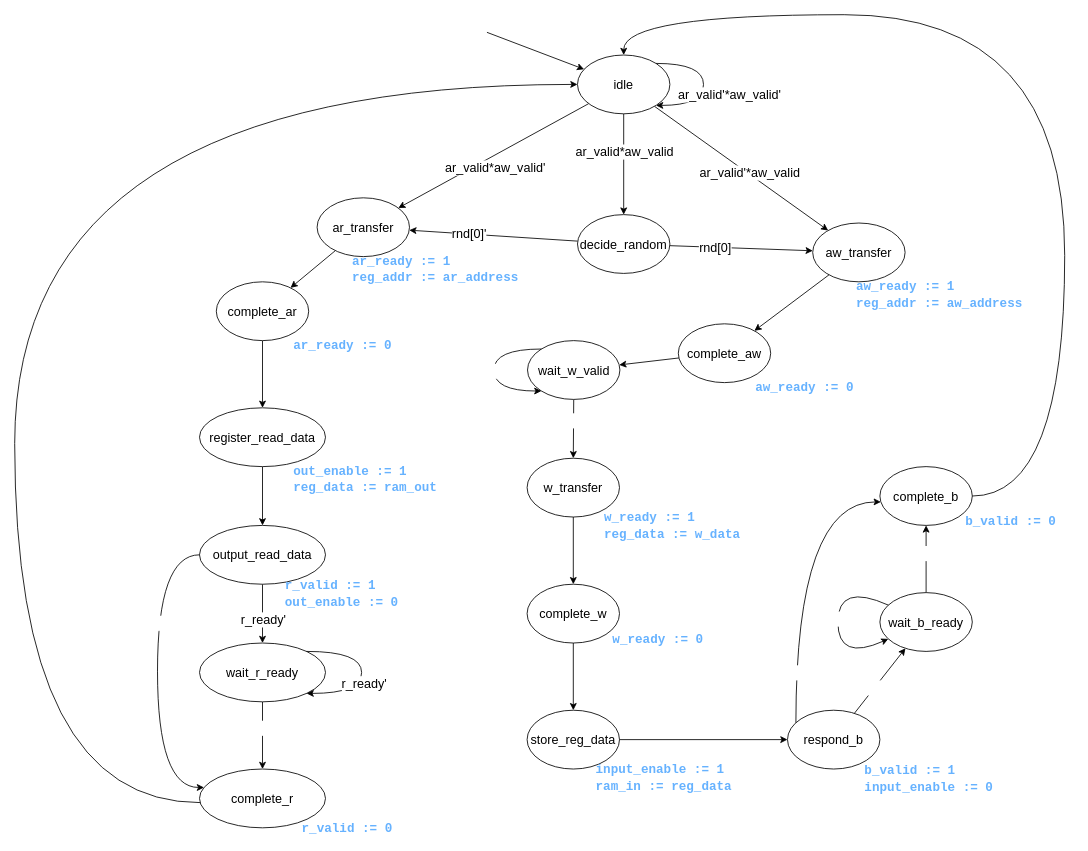
Above: diagram_files/memory/memory_state_diagram.drawio in farukyld/sort-circuit (draw.io), before the change. Source tidied: cells renumbered, new cells numbered last; positions are measured from the earlier drawing's top-left corner, leaving out a move shared by most shapes. Both pictures are drawn from the tidied source at 84%, with x=0, y=0 at pixel (14, 14).
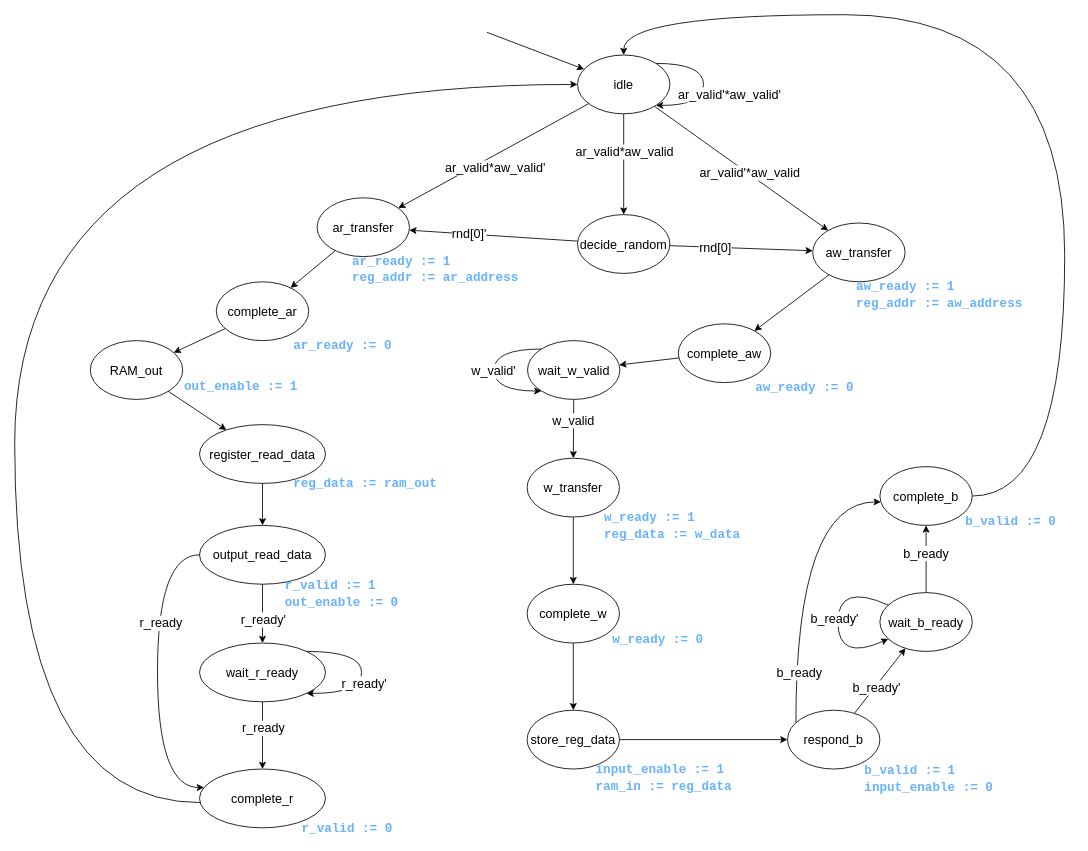
The same diagram, later.

The change refers to these unchanged cells:
```xml
<mxCell id="9" value="&lt;font style=&quot;font-size: 15px;&quot;&gt;idle&lt;/font&gt;" style="ellipse;whiteSpace=wrap;html=1;" parent="1" vertex="1">
  <mxGeometry x="670" y="48" width="110" height="70" as="geometry" />
</mxCell>
<mxCell id="23" value="&lt;span style=&quot;font-size: 15px;&quot;&gt;aw_transfer&lt;br&gt;&lt;/span&gt;" style="ellipse;whiteSpace=wrap;html=1;" parent="22" vertex="1">
  <mxGeometry width="110" height="70" as="geometry" />
</mxCell>
<mxCell id="29" value="&lt;span style=&quot;font-size: 15px;&quot;&gt;complete_ar&lt;br&gt;&lt;/span&gt;" style="ellipse;whiteSpace=wrap;html=1;" parent="28" vertex="1">
  <mxGeometry width="110" height="70" as="geometry" />
</mxCell>
<mxCell id="34" style="edgeStyle=none;html=1;fontFamily=Courier New;fontSize=15;fontColor=#66B2FF;" parent="1" edge="1" source="36" target="40">
  <mxGeometry relative="1" as="geometry" />
</mxCell>
<mxCell id="40" value="&lt;span style=&quot;font-size: 15px;&quot;&gt;complete_r&lt;br&gt;&lt;/span&gt;" style="ellipse;whiteSpace=wrap;html=1;" parent="39" vertex="1">
  <mxGeometry width="150" height="70" as="geometry" />
</mxCell>
<mxCell id="45" value="&lt;font style=&quot;font-size: 15px;&quot;&gt;complete_aw&lt;/font&gt;" style="ellipse;whiteSpace=wrap;html=1;" parent="44" vertex="1">
  <mxGeometry width="110" height="70" as="geometry" />
</mxCell>
<mxCell id="49" value="&lt;font style=&quot;font-size: 15px;&quot;&gt;wait_w_valid&lt;/font&gt;" style="ellipse;whiteSpace=wrap;html=1;" parent="1" vertex="1">
  <mxGeometry x="610.5" y="388" width="110" height="70" as="geometry" />
</mxCell>
<mxCell id="54" value="&lt;font style=&quot;font-size: 15px;&quot;&gt;w_transfer&lt;/font&gt;" style="ellipse;whiteSpace=wrap;html=1;" parent="53" vertex="1">
  <mxGeometry width="110" height="70" as="geometry" />
</mxCell>
<mxCell id="58" value="&lt;font style=&quot;font-size: 15px;&quot;&gt;complete_w&lt;/font&gt;" style="ellipse;whiteSpace=wrap;html=1;" parent="57" vertex="1">
  <mxGeometry width="110" height="70" as="geometry" />
</mxCell>
<mxCell id="62" value="&lt;font style=&quot;font-size: 15px;&quot;&gt;store_reg_data&lt;/font&gt;" style="ellipse;whiteSpace=wrap;html=1;" parent="61" vertex="1">
  <mxGeometry width="110" height="70" as="geometry" />
</mxCell>
<mxCell id="69" value="&lt;span style=&quot;font-size: 15px;&quot;&gt;wait_b_ready&lt;/span&gt;" style="ellipse;whiteSpace=wrap;html=1;" parent="1" vertex="1">
  <mxGeometry x="1030" y="688" width="110" height="70" as="geometry" />
</mxCell>
<mxCell id="73" value="&lt;span style=&quot;font-size: 15px;&quot;&gt;complete_b&lt;/span&gt;" style="ellipse;whiteSpace=wrap;html=1;" parent="72" vertex="1">
  <mxGeometry width="110" height="70" as="geometry" />
</mxCell>
<mxCell id="77" value="&lt;span style=&quot;font-size: 15px;&quot;&gt;respond_b&lt;/span&gt;" style="ellipse;whiteSpace=wrap;html=1;" parent="76" vertex="1">
  <mxGeometry width="110" height="70" as="geometry" />
</mxCell>
<mxCell id="82" style="edgeStyle=orthogonalEdgeStyle;html=1;curved=1;" parent="1" edge="1" source="77" target="73">
  <mxGeometry relative="1" as="geometry">
    <Array as="points">
      <mxPoint x="930" y="580" />
    </Array>
  </mxGeometry>
</mxCell>
<mxCell id="84" style="edgeStyle=orthogonalEdgeStyle;curved=1;html=1;" parent="1" edge="1" source="80" target="40">
  <mxGeometry relative="1" as="geometry">
    <Array as="points">
      <mxPoint x="170" y="643" />
      <mxPoint x="170" y="920" />
    </Array>
  </mxGeometry>
</mxCell>
```

Change to the diagram source:
```diff
@@
-    <mxCell id="18" style="edgeStyle=none;html=1;fontFamily=Courier New;fontSize=15;fontColor=#66B2FF;" parent="1" edge="1" source="29" target="32">
+    <mxCell id="18" style="edgeStyle=none;html=1;fontFamily=Courier New;fontSize=15;fontColor=#66B2FF;" parent="1" edge="1" source="29" target="87">
       <mxGeometry relative="1" as="geometry" />
     </mxCell>
@@
-    <mxCell id="31" style="group;" parent="1" vertex="1">
-      <mxGeometry x="220" y="468" width="300" height="120" as="geometry" />
-    </mxCell>
-    <mxCell id="32" value="&lt;span style=&quot;font-size: 15px;&quot;&gt;register_read_data&lt;br&gt;&lt;/span&gt;" style="ellipse;whiteSpace=wrap;html=1;" parent="31" vertex="1">
-      <mxGeometry width="150" height="70" as="geometry" />
-    </mxCell>
-    <mxCell id="33" value="&lt;font color=&quot;#66b2ff&quot; face=&quot;Courier New&quot;&gt;&lt;b&gt;out_enable := 1&lt;br&gt;reg_data := ram_out&lt;br&gt;&lt;/b&gt;&lt;/font&gt;" style="text;html=1;strokeColor=none;fillColor=none;align=left;verticalAlign=middle;whiteSpace=wrap;rounded=0;fontSize=15;" parent="31" vertex="1">
-      <mxGeometry x="110" y="50" width="190" height="70" as="geometry" />
-    </mxCell>
@@
-    <mxCell id="35" value="r_ready" style="edgeLabel;html=1;align=center;verticalAlign=middle;fontSize=15;fontFamily=Helvetica;fontColor=#FFFFFF;" parent="34" vertex="1">
+    <mxCell id="35" value="r_ready" style="edgeLabel;html=1;align=center;verticalAlign=middle;fontSize=15;fontFamily=Helvetica;" parent="34" vertex="1">
       <mxGeometry x="0.36" y="-1" relative="1" as="geometry">
         <mxPoint x="1" y="-24" as="offset" />
       </mxGeometry>
     </mxCell>
@@
-    <mxCell id="42" style="edgeStyle=orthogonalEdgeStyle;curved=1;html=1;fontFamily=Helvetica;fontSize=15;fontColor=#FFFFFF;" parent="1" edge="1" source="40" target="9">
+    <mxCell id="42" style="edgeStyle=orthogonalEdgeStyle;curved=1;html=1;fontFamily=Helvetica;fontSize=15;" parent="1" edge="1" source="40" target="9">
       <mxGeometry relative="1" as="geometry">
         <Array as="points">
           <mxPoint y="938" />
           <mxPoint y="83" />
         </Array>
       </mxGeometry>
     </mxCell>
-    <mxCell id="43" style="html=1;fontFamily=Helvetica;fontSize=15;fontColor=#FFFFFF;" parent="1" edge="1" source="23" target="45">
+    <mxCell id="43" style="html=1;fontFamily=Helvetica;fontSize=15;" parent="1" edge="1" source="23" target="45">
       <mxGeometry relative="1" as="geometry" />
     </mxCell>
@@
-    <mxCell id="47" style="html=1;fontFamily=Helvetica;fontSize=15;fontColor=#FFFFFF;" parent="1" edge="1" source="49" target="54">
+    <mxCell id="47" style="html=1;fontFamily=Helvetica;fontSize=15;" parent="1" edge="1" source="49" target="54">
       <mxGeometry relative="1" as="geometry" />
     </mxCell>
-    <mxCell id="48" value="w_valid" style="edgeLabel;html=1;align=center;verticalAlign=middle;fontSize=15;fontFamily=Helvetica;fontColor=#FFFFFF;" parent="47" vertex="1">
+    <mxCell id="48" value="w_valid" style="edgeLabel;html=1;align=center;verticalAlign=middle;fontSize=15;fontFamily=Helvetica;" parent="47" vertex="1">
       <mxGeometry x="-0.28" y="-1" relative="1" as="geometry" />
     </mxCell>
@@
-    <mxCell id="50" style="edgeStyle=none;html=1;fontFamily=Helvetica;fontSize=15;fontColor=#FFFFFF;" parent="1" edge="1" source="45" target="49">
+    <mxCell id="50" style="edgeStyle=none;html=1;fontFamily=Helvetica;fontSize=15;" parent="1" edge="1" source="45" target="49">
       <mxGeometry relative="1" as="geometry" />
     </mxCell>
-    <mxCell id="51" style="edgeStyle=orthogonalEdgeStyle;html=1;fontFamily=Helvetica;fontSize=15;fontColor=#FFFFFF;curved=1;" parent="1" edge="1" source="49" target="49">
+    <mxCell id="51" style="edgeStyle=orthogonalEdgeStyle;html=1;fontFamily=Helvetica;fontSize=15;curved=1;" parent="1" edge="1" source="49" target="49">
       <mxGeometry relative="1" as="geometry">
         <Array as="points">
           <mxPoint x="570.5" y="448" />
         </Array>
       </mxGeometry>
     </mxCell>
-    <mxCell id="52" value="w_valid'" style="edgeLabel;html=1;align=center;verticalAlign=middle;fontSize=15;fontFamily=Helvetica;fontColor=#FFFFFF;" parent="51" vertex="1">
+    <mxCell id="52" value="w_valid'" style="edgeLabel;html=1;align=center;verticalAlign=middle;fontSize=15;fontFamily=Helvetica;" parent="51" vertex="1">
       <mxGeometry x="-0.44" y="-9" relative="1" as="geometry">
         <mxPoint x="-12" y="34" as="offset" />
       </mxGeometry>
     </mxCell>
@@
-    <mxCell id="56" style="edgeStyle=none;html=1;fontFamily=Helvetica;fontSize=15;fontColor=#FFFFFF;" parent="1" edge="1" source="54" target="58">
+    <mxCell id="56" style="edgeStyle=none;html=1;fontFamily=Helvetica;fontSize=15;" parent="1" edge="1" source="54" target="58">
       <mxGeometry relative="1" as="geometry" />
     </mxCell>
@@
-    <mxCell id="60" style="edgeStyle=none;html=1;fontFamily=Helvetica;fontSize=15;fontColor=#FFFFFF;" parent="1" edge="1" source="58" target="62">
+    <mxCell id="60" style="edgeStyle=none;html=1;fontFamily=Helvetica;fontSize=15;" parent="1" edge="1" source="58" target="62">
       <mxGeometry relative="1" as="geometry" />
     </mxCell>
@@
-    <mxCell id="64" style="edgeStyle=none;html=1;fontFamily=Helvetica;fontSize=15;fontColor=#FFFFFF;" parent="1" edge="1" source="77" target="69">
+    <mxCell id="64" style="edgeStyle=none;html=1;fontFamily=Helvetica;fontSize=15;" parent="1" edge="1" source="77" target="69">
       <mxGeometry relative="1" as="geometry" />
     </mxCell>
-    <mxCell id="65" value="&lt;span style=&quot;color: rgb(255, 255, 255); font-size: 15px;&quot;&gt;b_ready'&lt;/span&gt;" style="edgeLabel;html=1;align=center;verticalAlign=middle;" parent="64" vertex="1">
+    <mxCell id="65" value="&lt;span style=&quot; font-size: 15px;&quot;&gt;b_ready'&lt;/span&gt;" style="edgeLabel;html=1;align=center;verticalAlign=middle;" parent="64" vertex="1">
       <mxGeometry x="-0.19" y="-1" relative="1" as="geometry" />
     </mxCell>
-    <mxCell id="66" style="edgeStyle=none;html=1;fontFamily=Helvetica;fontSize=15;fontColor=#FFFFFF;" parent="1" edge="1" source="62" target="77">
+    <mxCell id="66" style="edgeStyle=none;html=1;fontFamily=Helvetica;fontSize=15;" parent="1" edge="1" source="62" target="77">
       <mxGeometry relative="1" as="geometry" />
     </mxCell>
-    <mxCell id="67" style="html=1;fontFamily=Helvetica;fontSize=15;fontColor=#FFFFFF;" parent="1" edge="1" source="69" target="73">
+    <mxCell id="67" style="html=1;fontFamily=Helvetica;fontSize=15;" parent="1" edge="1" source="69" target="73">
       <mxGeometry relative="1" as="geometry" />
     </mxCell>
-    <mxCell id="68" value="b_ready" style="edgeLabel;html=1;align=center;verticalAlign=middle;fontSize=15;fontFamily=Helvetica;fontColor=#FFFFFF;" parent="67" vertex="1">
+    <mxCell id="68" value="b_ready" style="edgeLabel;html=1;align=center;verticalAlign=middle;fontSize=15;fontFamily=Helvetica;" parent="67" vertex="1">
       <mxGeometry x="0.2" y="1" relative="1" as="geometry" />
     </mxCell>
@@
-    <mxCell id="70" style="edgeStyle=orthogonalEdgeStyle;html=1;fontFamily=Helvetica;fontSize=15;fontColor=#FFFFFF;curved=1;" parent="1" edge="1" source="69" target="69">
+    <mxCell id="70" style="edgeStyle=orthogonalEdgeStyle;html=1;fontFamily=Helvetica;fontSize=15;curved=1;" parent="1" edge="1" source="69" target="69">
       <mxGeometry relative="1" as="geometry">
         <Array as="points">
           <mxPoint x="980" y="770" />
         </Array>
       </mxGeometry>
     </mxCell>
-    <mxCell id="71" value="b_ready'" style="edgeLabel;html=1;align=center;verticalAlign=middle;fontSize=15;fontFamily=Helvetica;fontColor=#FFFFFF;" parent="70" vertex="1">
+    <mxCell id="71" value="b_ready'" style="edgeLabel;html=1;align=center;verticalAlign=middle;fontSize=15;fontFamily=Helvetica;" parent="70" vertex="1">
       <mxGeometry x="-0.15" y="1" relative="1" as="geometry">
         <mxPoint x="-6" y="12" as="offset" />
       </mxGeometry>
     </mxCell>
@@
-    <mxCell id="75" style="edgeStyle=orthogonalEdgeStyle;curved=1;html=1;fontFamily=Helvetica;fontSize=15;fontColor=#FFFFFF;" parent="1" edge="1" source="73" target="9">
+    <mxCell id="75" style="edgeStyle=orthogonalEdgeStyle;curved=1;html=1;fontFamily=Helvetica;fontSize=15;" parent="1" edge="1" source="73" target="9">
       <mxGeometry relative="1" as="geometry">
         <Array as="points">
           <mxPoint x="1250" y="573" />
           <mxPoint x="1250" />
           <mxPoint x="725" />
         </Array>
       </mxGeometry>
     </mxCell>
@@
-    <mxCell id="83" value="&lt;span style=&quot;color: rgb(255, 255, 255); font-size: 15px;&quot;&gt;b_ready&lt;/span&gt;" style="edgeLabel;html=1;align=center;verticalAlign=middle;" parent="82" vertex="1">
+    <mxCell id="83" value="&lt;span style=&quot; font-size: 15px;&quot;&gt;b_ready&lt;/span&gt;" style="edgeLabel;html=1;align=center;verticalAlign=middle;" parent="82" vertex="1">
       <mxGeometry x="-0.45" y="-3" relative="1" as="geometry">
         <mxPoint y="40" as="offset" />
       </mxGeometry>
     </mxCell>
@@
-    <mxCell id="85" value="&lt;span style=&quot;color: rgb(255, 255, 255); font-size: 15px;&quot;&gt;r_ready&lt;/span&gt;" style="edgeLabel;html=1;align=center;verticalAlign=middle;" parent="84" vertex="1">
+    <mxCell id="85" value="&lt;span style=&quot; font-size: 15px;&quot;&gt;r_ready&lt;/span&gt;" style="edgeLabel;html=1;align=center;verticalAlign=middle;" parent="84" vertex="1">
       <mxGeometry x="-0.32" y="3" relative="1" as="geometry" />
     </mxCell>
+    <mxCell id="86" style="group;" parent="1" vertex="1">
+      <mxGeometry x="90" y="388" width="260" height="70" as="geometry" />
+    </mxCell>
+    <mxCell id="87" value="&lt;span style=&quot;font-size: 15px;&quot;&gt;RAM_out&lt;br&gt;&lt;/span&gt;" style="ellipse;whiteSpace=wrap;html=1;" parent="86" vertex="1">
+      <mxGeometry width="110" height="70" as="geometry" />
+    </mxCell>
+    <mxCell id="88" value="&lt;font color=&quot;#66b2ff&quot; face=&quot;Courier New&quot;&gt;&lt;b&gt;out_enable := 1&lt;br&gt;&lt;/b&gt;&lt;/font&gt;" style="text;html=1;strokeColor=none;fillColor=none;align=left;verticalAlign=middle;whiteSpace=wrap;rounded=0;fontSize=15;" parent="86" vertex="1">
+      <mxGeometry x="110" y="38" width="150" height="32" as="geometry" />
+    </mxCell>
+    <mxCell id="89" style="edgeStyle=none;html=1;" parent="1" edge="1" source="87" target="32">
+      <mxGeometry relative="1" as="geometry" />
+    </mxCell>
+    <mxCell id="90" style="group;" parent="1" vertex="1">
+      <mxGeometry x="220" y="488" width="290" height="90" as="geometry" />
+    </mxCell>
+    <mxCell id="32" value="&lt;span style=&quot;font-size: 15px;&quot;&gt;register_read_data&lt;br&gt;&lt;/span&gt;" style="ellipse;whiteSpace=wrap;html=1;" parent="90" vertex="1">
+      <mxGeometry width="150" height="70" as="geometry" />
+    </mxCell>
+    <mxCell id="33" value="&lt;font color=&quot;#66b2ff&quot; face=&quot;Courier New&quot;&gt;&lt;b&gt;reg_data := ram_out&lt;br&gt;&lt;/b&gt;&lt;/font&gt;" style="text;html=1;strokeColor=none;fillColor=none;align=left;verticalAlign=middle;whiteSpace=wrap;rounded=0;fontSize=15;" parent="90" vertex="1">
+      <mxGeometry x="110" y="50" width="180" height="40" as="geometry" />
+    </mxCell>
```
